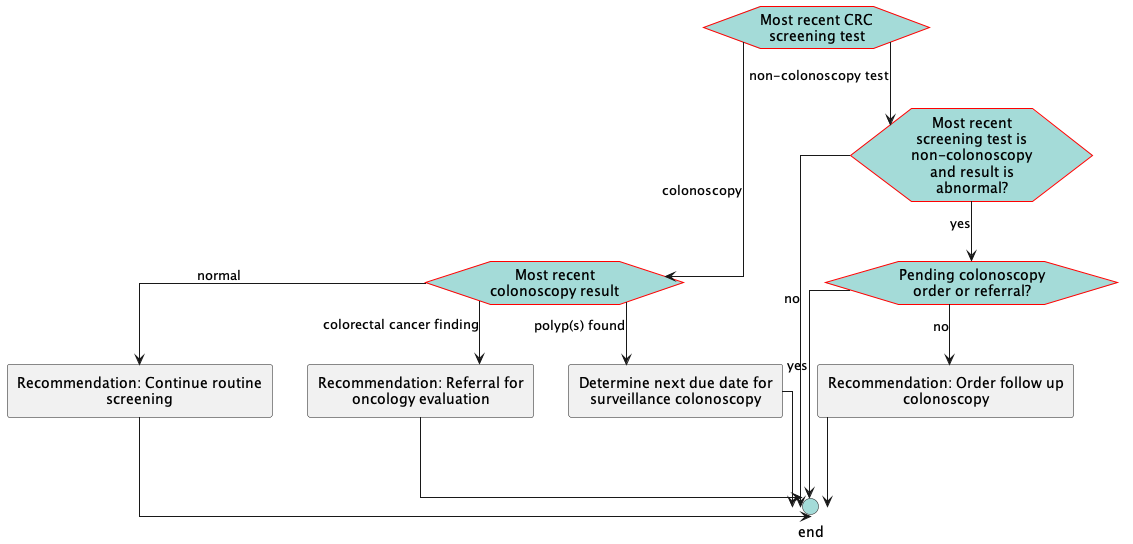
Earlier version of the PlantUML export images/flow-FollowUp.png (ccsm-cds-tools/CDC-Colorectal-Cancer-Screening-CDS-L2). The source it was exported from:
```plantuml
@startuml
hide stereotype
skinparam linetype ortho
<style>
hexagon {
    MaximumWidth: 150
    BackGroundColor: A4DBD8
    LineThickness: 1
    LineColor: red
    HorizontalAlignment: center
}
rectangle {
    MaximumWidth: 250
    HorizontalAlignment: center
}
.end {
    BackGroundColor: #A4DBD8
}
</style>
hexagon "Most recent CRC screening test" as eve_lastTest [[#eve-lastTest]]
hexagon "Most recent colonoscopy result" as eve_ColonoscopyResult [[#eve-ColonoscopyResult]]
rectangle "Recommendation: Continue routine screening" as act_followUpRoutineScreening [[#act-followUpRoutineScreening]]
rectangle "Recommendation: Referral for oncology evaluation" as act_oncologyReferral [[#act-oncologyReferral]]
rectangle "Determine next due date for surveillance colonoscopy" as act_followUpSurveillance [[#act-followUpSurveillance]]
hexagon "Most recent screening test is non-colonoscopy and result is abnormal?" as eve_AbnormalResultNotColonoscopy [[#eve-AbnormalResultNotColonoscopy]]
hexagon "Pending colonoscopy order or referral?" as eve_pendingColonoscopy [[#eve-pendingColonoscopy]]
rectangle "Recommendation: Order follow up colonoscopy" as act_FollowUpColonoscopy [[#act-FollowUpColonoscopy]]
circle "end" as end_1 <<end>>
eve_lastTest-->eve_ColonoscopyResult: colonoscopy
eve_lastTest-->eve_AbnormalResultNotColonoscopy: non-colonoscopy test
eve_ColonoscopyResult-->act_followUpRoutineScreening: normal
eve_ColonoscopyResult-->act_followUpSurveillance: polyp(s) found
eve_ColonoscopyResult-->act_oncologyReferral: colorectal cancer finding
act_followUpRoutineScreening-->end_1
act_oncologyReferral-->end_1
act_followUpSurveillance-->end_1
eve_AbnormalResultNotColonoscopy-->eve_pendingColonoscopy: yes
eve_AbnormalResultNotColonoscopy-->end_1: no
eve_pendingColonoscopy-->end_1: yes
eve_pendingColonoscopy-->act_FollowUpColonoscopy: no
act_FollowUpColonoscopy-->end_1
@enduml
```
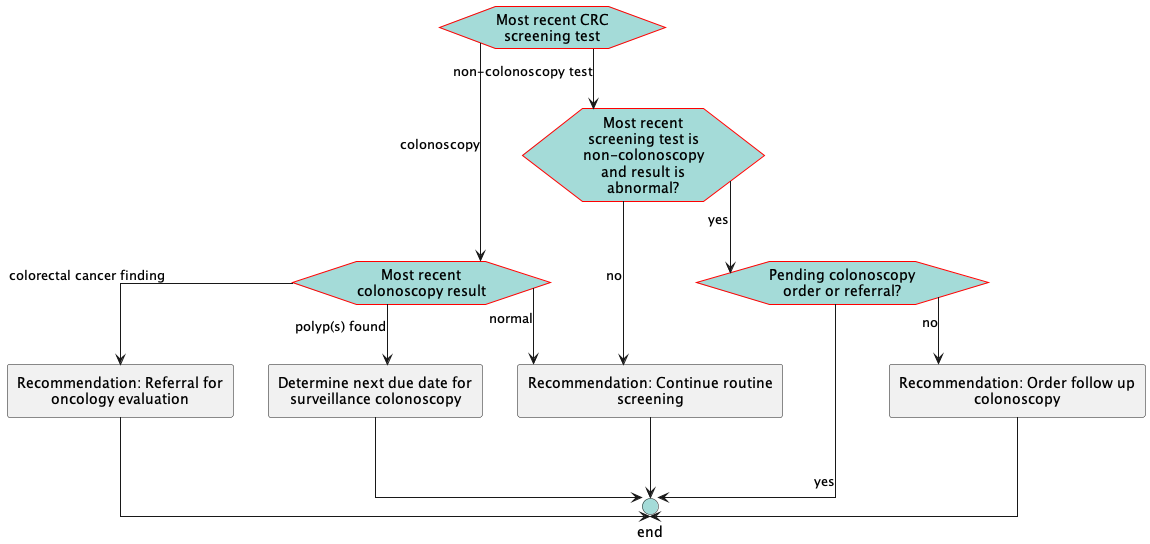
Above is the later version.

Diff of the diagram source:
```diff
@@ -35,7 +35,7 @@
 act_oncologyReferral-->end_1
 act_followUpSurveillance-->end_1
 eve_AbnormalResultNotColonoscopy-->eve_pendingColonoscopy: yes
-eve_AbnormalResultNotColonoscopy-->end_1: no
+eve_AbnormalResultNotColonoscopy-->act_followUpRoutineScreening: no
 eve_pendingColonoscopy-->end_1: yes
 eve_pendingColonoscopy-->act_FollowUpColonoscopy: no
 act_FollowUpColonoscopy-->end_1
```
